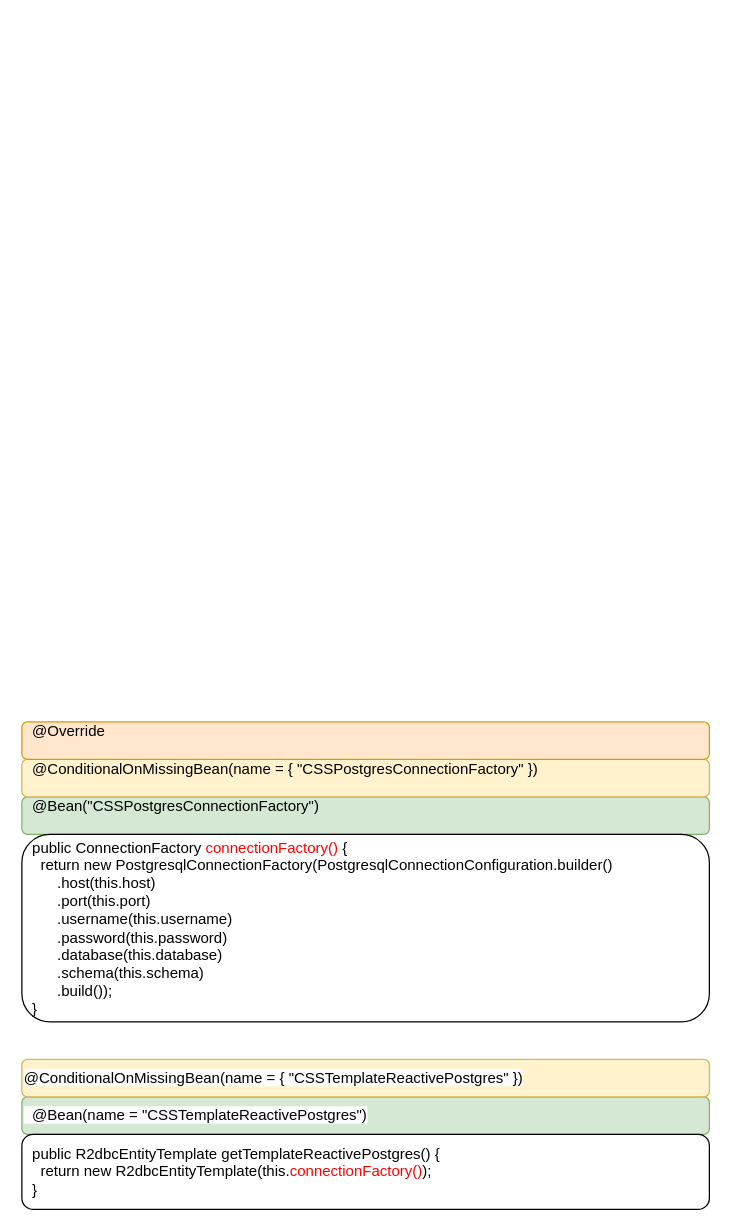
Before: page "springboot BEANS" (22 of 23) of TMS_FEC_SIEMENS.drawio in jeongon/DIAGRAMAS_TMS, a draw.io diagram. Source tidied: cells renumbered, new cells numbered last; positions are measured from the earlier drawing's top-left corner, leaving out a move shared by most shapes. Both pictures are drawn from the tidied source at 125%, with x=0, y=0 at pixel (21, 721).
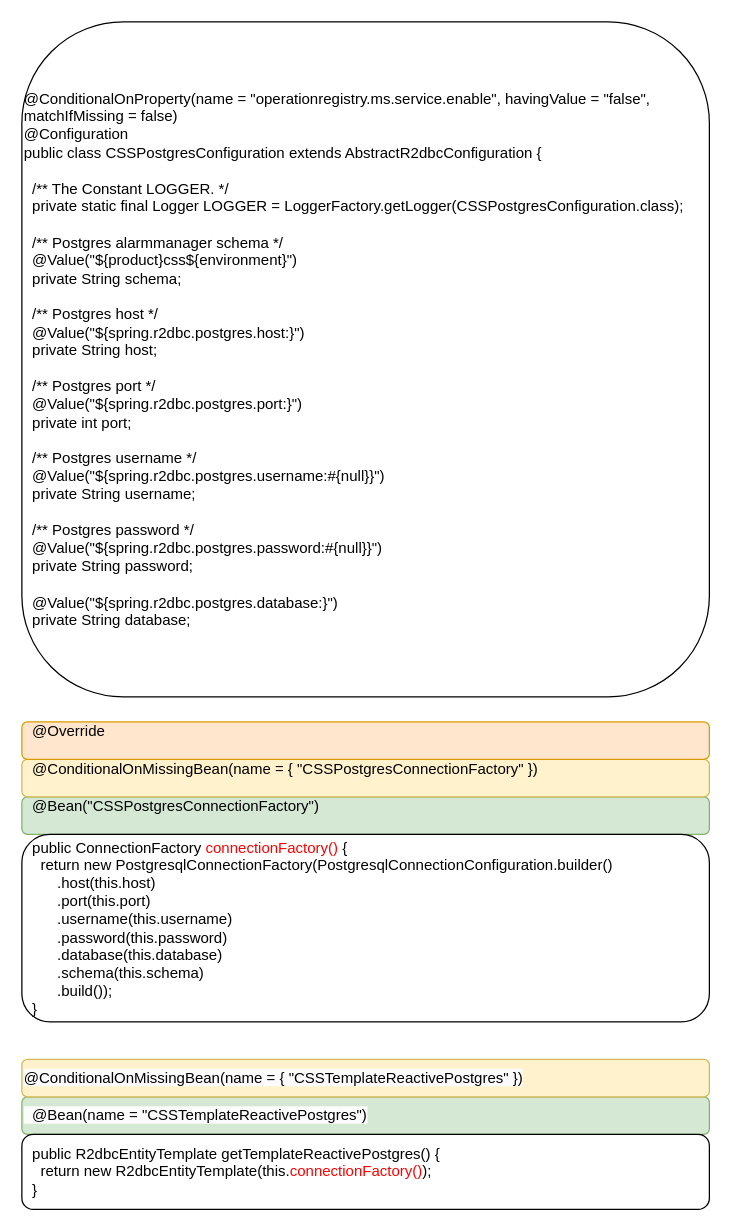
Above is the later version.

What changed in the source:
```diff
@@
 <mxGraphModel>
   <root>
     <mxCell id="0" />
     <mxCell id="1" parent="0" />
     <mxCell id="2" value="&lt;span style=&quot;color: rgb(0, 0, 0); font-family: Helvetica; font-size: 12px; font-style: normal; font-variant-ligatures: normal; font-variant-caps: normal; font-weight: 400; letter-spacing: normal; orphans: 2; text-indent: 0px; text-transform: none; widows: 2; word-spacing: 0px; -webkit-text-stroke-width: 0px; background-color: rgb(251, 251, 251); text-decoration-thickness: initial; text-decoration-style: initial; text-decoration-color: initial; float: none; display: inline !important;&quot;&gt;&amp;nbsp; @Bean(name = &quot;CSSTemplateReactivePostgres&quot;)&lt;/span&gt;" style="rounded=1;whiteSpace=wrap;html=1;align=left;fillColor=#d5e8d4;strokeColor=#82b366;" parent="1" vertex="1">
       <mxGeometry y="300" width="550" height="30" as="geometry" />
     </mxCell>
     <mxCell id="3" value="&lt;div&gt;&amp;nbsp; public R2dbcEntityTemplate getTemplateReactivePostgres() {&lt;/div&gt;&lt;div&gt;&amp;nbsp; &amp;nbsp; return new R2dbcEntityTemplate(this.&lt;font color=&quot;#ff0000&quot;&gt;connectionFactory()&lt;/font&gt;);&lt;/div&gt;&lt;div&gt;&amp;nbsp; }&lt;/div&gt;" style="rounded=1;whiteSpace=wrap;html=1;align=left;" parent="1" vertex="1">
       <mxGeometry y="330" width="550" height="60" as="geometry" />
     </mxCell>
     <mxCell id="4" value="&lt;span style=&quot;color: rgb(0, 0, 0); font-family: Helvetica; font-size: 12px; font-style: normal; font-variant-ligatures: normal; font-variant-caps: normal; font-weight: 400; letter-spacing: normal; orphans: 2; text-indent: 0px; text-transform: none; widows: 2; word-spacing: 0px; -webkit-text-stroke-width: 0px; background-color: rgb(251, 251, 251); text-decoration-thickness: initial; text-decoration-style: initial; text-decoration-color: initial; float: none; display: inline !important;&quot;&gt;@ConditionalOnMissingBean(name = { &quot;CSSTemplateReactivePostgres&quot; })&lt;/span&gt;" style="rounded=1;whiteSpace=wrap;html=1;align=left;fillColor=#fff2cc;strokeColor=#d6b656;" parent="1" vertex="1">
       <mxGeometry y="270" width="550" height="30" as="geometry" />
     </mxCell>
     <mxCell id="5" value="&lt;div style=&quot;border-color: var(--border-color);&quot;&gt;&lt;span style=&quot;background-color: initial;&quot;&gt;&amp;nbsp; @Bean(&quot;CSSPostgresConnectionFactory&quot;)&lt;/span&gt;&lt;br&gt;&lt;/div&gt;&lt;div&gt;&lt;br&gt;&lt;/div&gt;" style="rounded=1;whiteSpace=wrap;html=1;align=left;fillColor=#d5e8d4;strokeColor=#82b366;" parent="1" vertex="1">
       <mxGeometry y="60" width="550" height="30" as="geometry" />
     </mxCell>
     <mxCell id="6" value="&lt;div&gt;&lt;span style=&quot;background-color: initial;&quot;&gt;&amp;nbsp; public ConnectionFactory &lt;font color=&quot;#ff0000&quot;&gt;connectionFactory()&lt;/font&gt; {&lt;/span&gt;&lt;br&gt;&lt;/div&gt;&lt;div&gt;&amp;nbsp; &amp;nbsp; return new PostgresqlConnectionFactory(PostgresqlConnectionConfiguration.builder()&lt;/div&gt;&lt;div&gt;&amp;nbsp; &amp;nbsp; &amp;nbsp; &amp;nbsp; .host(this.host)&lt;/div&gt;&lt;div&gt;&amp;nbsp; &amp;nbsp; &amp;nbsp; &amp;nbsp; .port(this.port)&lt;/div&gt;&lt;div&gt;&amp;nbsp; &amp;nbsp; &amp;nbsp; &amp;nbsp; .username(this.username)&lt;/div&gt;&lt;div&gt;&amp;nbsp; &amp;nbsp; &amp;nbsp; &amp;nbsp; .password(this.password)&lt;/div&gt;&lt;div&gt;&amp;nbsp; &amp;nbsp; &amp;nbsp; &amp;nbsp; .database(this.database)&lt;/div&gt;&lt;div&gt;&amp;nbsp; &amp;nbsp; &amp;nbsp; &amp;nbsp; .schema(this.schema)&lt;/div&gt;&lt;div&gt;&amp;nbsp; &amp;nbsp; &amp;nbsp; &amp;nbsp; .build());&lt;/div&gt;&lt;div&gt;&amp;nbsp; }&lt;/div&gt;" style="rounded=1;whiteSpace=wrap;html=1;align=left;" parent="1" vertex="1">
       <mxGeometry y="90" width="550" height="150" as="geometry" />
     </mxCell>
     <mxCell id="7" value="&lt;div style=&quot;border-color: var(--border-color);&quot;&gt;&lt;span style=&quot;background-color: initial;&quot;&gt;&amp;nbsp; @ConditionalOnMissingBean(name = { &quot;CSSPostgresConnectionFactory&quot; })&lt;/span&gt;&lt;br&gt;&lt;/div&gt;&lt;div&gt;&lt;br&gt;&lt;/div&gt;" style="rounded=1;whiteSpace=wrap;html=1;align=left;fillColor=#fff2cc;strokeColor=#d6b656;" parent="1" vertex="1">
       <mxGeometry y="30" width="550" height="30" as="geometry" />
     </mxCell>
     <mxCell id="8" value="&lt;div style=&quot;border-color: var(--border-color);&quot;&gt;&lt;div style=&quot;border-color: var(--border-color);&quot;&gt;&amp;nbsp; @Override&lt;/div&gt;&lt;div&gt;&lt;br&gt;&lt;/div&gt;&lt;/div&gt;" style="rounded=1;whiteSpace=wrap;html=1;align=left;fillColor=#ffe6cc;strokeColor=#d79b00;" parent="1" vertex="1">
       <mxGeometry width="550" height="30" as="geometry" />
     </mxCell>
+    <mxCell id="9" value="&lt;div&gt;@ConditionalOnProperty(name = &quot;operationregistry.ms.service.enable&quot;, havingValue = &quot;false&quot;, matchIfMissing = false)&lt;/div&gt;&lt;div&gt;@Configuration&lt;/div&gt;&lt;div&gt;public class CSSPostgresConfiguration extends AbstractR2dbcConfiguration {&lt;/div&gt;&lt;div&gt;&lt;br&gt;&lt;/div&gt;&lt;div&gt;&amp;nbsp; /** The Constant LOGGER. */&lt;/div&gt;&lt;div&gt;&amp;nbsp; private static final Logger LOGGER = LoggerFactory.getLogger(CSSPostgresConfiguration.class);&lt;/div&gt;&lt;div&gt;&lt;br&gt;&lt;/div&gt;&lt;div&gt;&amp;nbsp; /** Postgres alarmmanager schema */&lt;/div&gt;&lt;div&gt;&amp;nbsp; @Value(&quot;${product}css${environment}&quot;)&lt;/div&gt;&lt;div&gt;&amp;nbsp; private String schema;&lt;/div&gt;&lt;div&gt;&lt;br&gt;&lt;/div&gt;&lt;div&gt;&amp;nbsp; /** Postgres host */&lt;/div&gt;&lt;div&gt;&amp;nbsp; @Value(&quot;${spring.r2dbc.postgres.host:}&quot;)&lt;/div&gt;&lt;div&gt;&amp;nbsp; private String host;&lt;/div&gt;&lt;div&gt;&lt;br&gt;&lt;/div&gt;&lt;div&gt;&amp;nbsp; /** Postgres port */&lt;/div&gt;&lt;div&gt;&amp;nbsp; @Value(&quot;${spring.r2dbc.postgres.port:}&quot;)&lt;/div&gt;&lt;div&gt;&amp;nbsp; private int port;&lt;/div&gt;&lt;div&gt;&lt;br&gt;&lt;/div&gt;&lt;div&gt;&amp;nbsp; /** Postgres username */&lt;/div&gt;&lt;div&gt;&amp;nbsp; @Value(&quot;${spring.r2dbc.postgres.username:#{null}}&quot;)&lt;/div&gt;&lt;div&gt;&amp;nbsp; private String username;&lt;/div&gt;&lt;div&gt;&lt;br&gt;&lt;/div&gt;&lt;div&gt;&amp;nbsp; /** Postgres password */&lt;/div&gt;&lt;div&gt;&amp;nbsp; @Value(&quot;${spring.r2dbc.postgres.password:#{null}}&quot;)&lt;/div&gt;&lt;div&gt;&amp;nbsp; private String password;&lt;/div&gt;&lt;div&gt;&lt;br&gt;&lt;/div&gt;&lt;div&gt;&amp;nbsp; @Value(&quot;${spring.r2dbc.postgres.database:}&quot;)&lt;/div&gt;&lt;div&gt;&amp;nbsp; private String database;&lt;/div&gt;" style="rounded=1;whiteSpace=wrap;html=1;align=left;" parent="1" vertex="1">
+      <mxGeometry y="-560" width="550" height="540" as="geometry" />
+    </mxCell>
   </root>
 </mxGraphModel>
```
